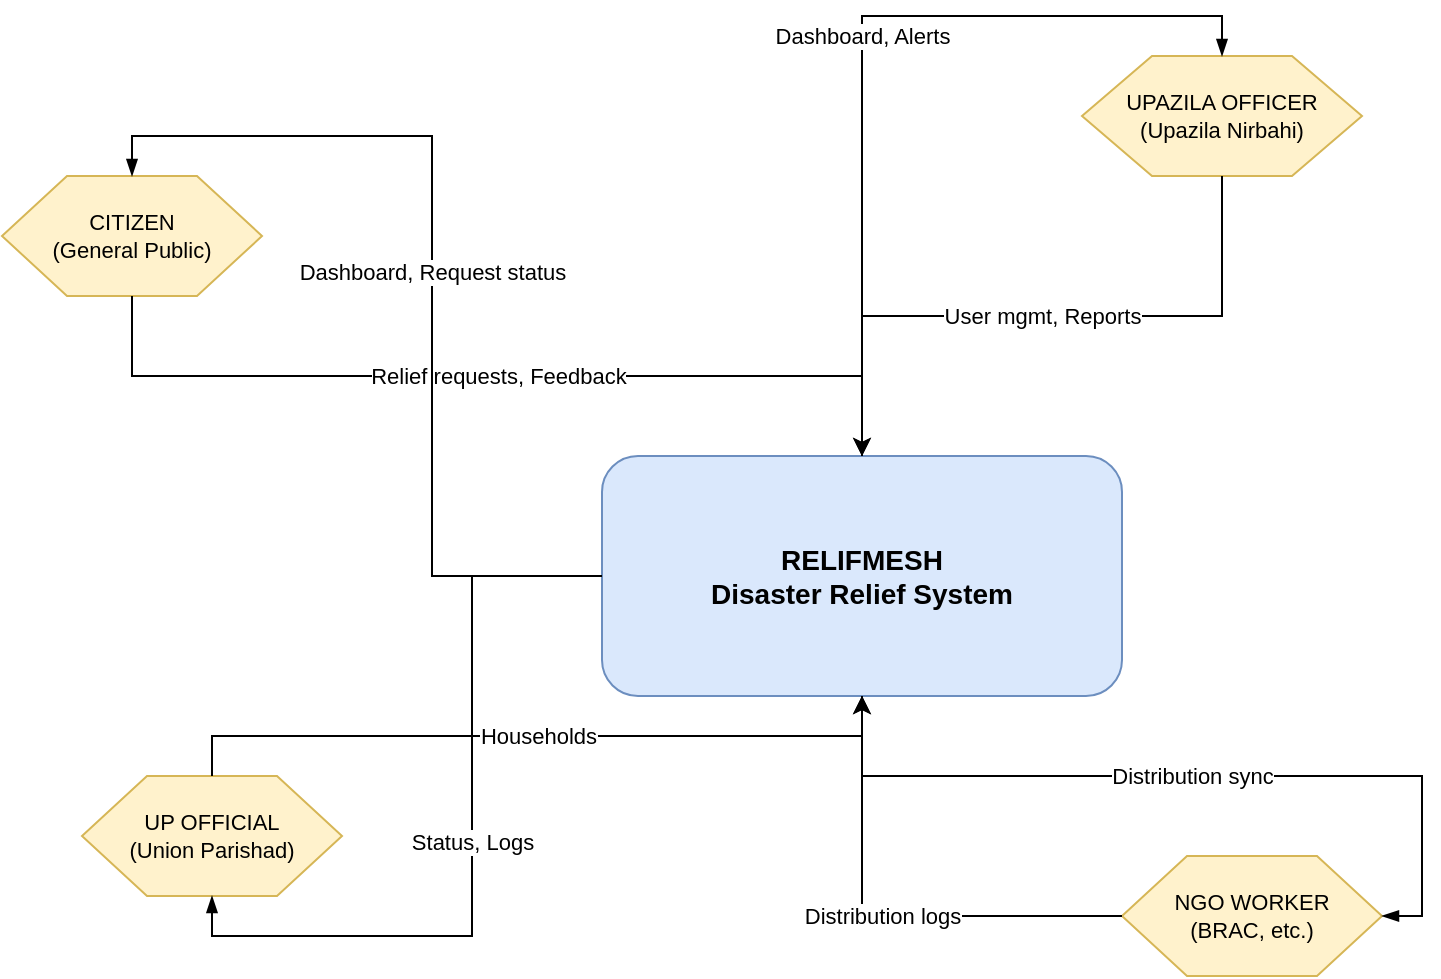
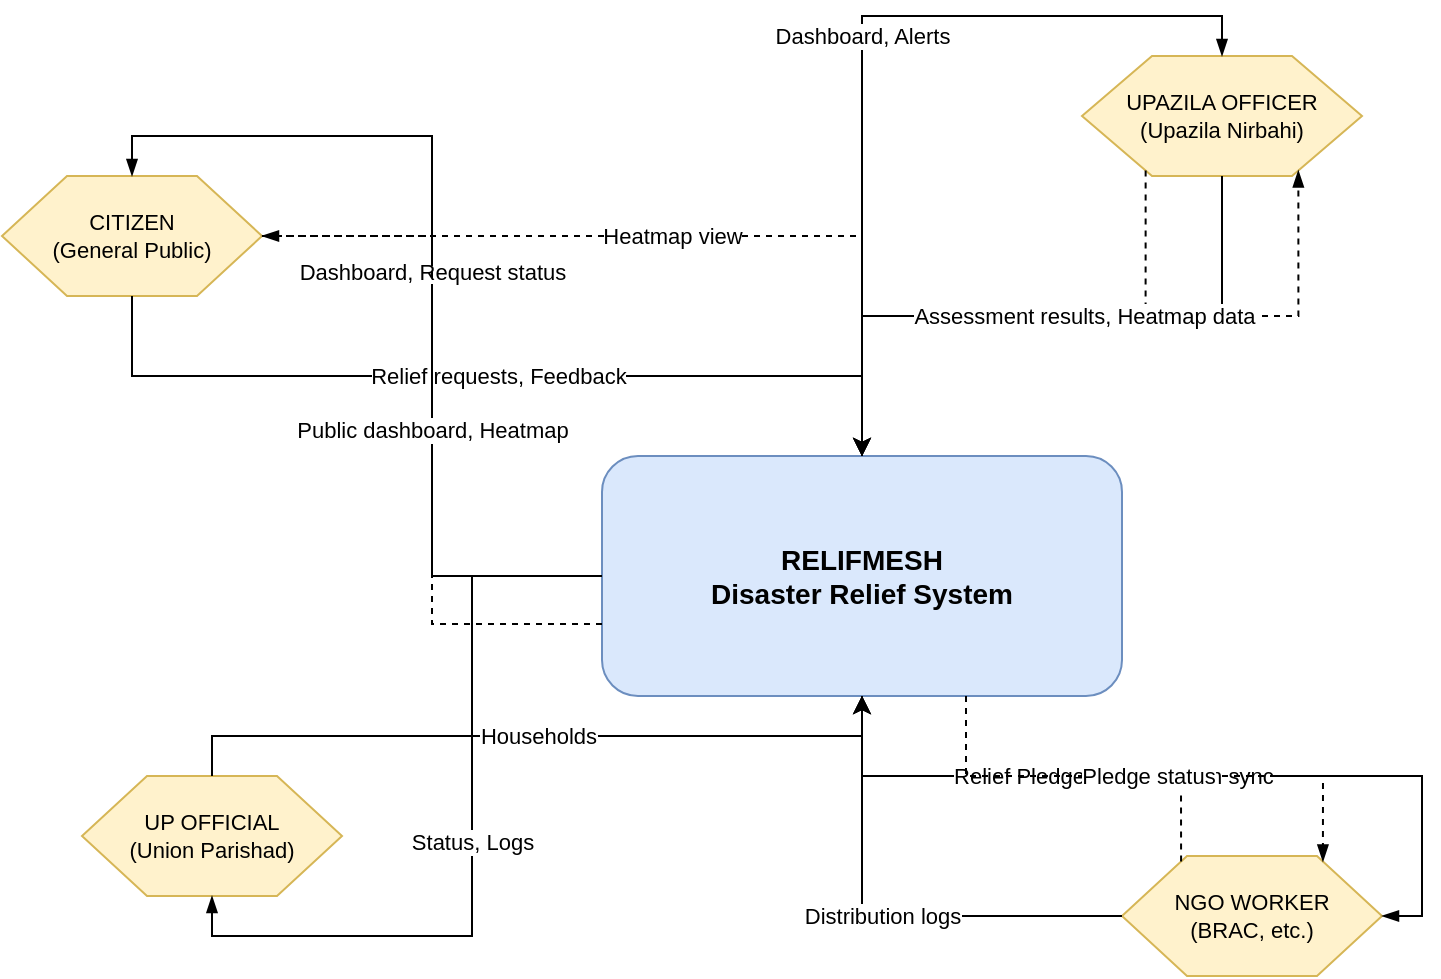
<?xml version="1.0" encoding="UTF-8"?>
- <mxfile host="RelifMesh" modified="2026-06-10T10:00:00.000Z">
+ <mxfile host="ReliefMesh" modified="2026-06-20T10:00:00.000Z">
  <diagram id="context-diagram" name="Context Diagram (DFD Level 0)">
    <mxGraphModel dx="1262" dy="794" grid="1" gridSize="10" guides="1" tooltips="1" connect="1" arrows="1" fold="1" page="1" pageScale="1" pageWidth="1100" pageHeight="850" math="0" shadow="0">
      <root>
        <mxCell id="0" />
        <mxCell id="1" parent="0" />

        <!-- System (Center) -->
        <mxCell id="sys-box" value="RELIFMESH&#10;Disaster Relief System" style="rounded=1;whiteSpace=wrap;html=1;fillColor=#dae8fc;strokeColor=#6c8ebf;fontSize=14;fontStyle=1;align=center;verticalAlign=middle;" vertex="1" parent="1">
          <mxGeometry x="380" y="280" width="260" height="120" as="geometry" />
        </mxCell>

        <!-- External Entity: UPAZILA OFFICER -->
        <mxCell id="upazila" value="UPAZILA OFFICER&#10;(Upazila Nirbahi)" style="shape=hexagon;perimeter=hexagonPerimeter;whiteSpace=wrap;html=1;fillColor=#fff2cc;strokeColor=#d6b656;fontSize=11;" vertex="1" parent="1">
          <mxGeometry x="620" y="80" width="140" height="60" as="geometry" />
        </mxCell>

        <!-- External Entity: UP OFFICIAL -->
        <mxCell id="up-official" value="UP OFFICIAL&#10;(Union Parishad)" style="shape=hexagon;perimeter=hexagonPerimeter;whiteSpace=wrap;html=1;fillColor=#fff2cc;strokeColor=#d6b656;fontSize=11;" vertex="1" parent="1">
          <mxGeometry x="120" y="440" width="130" height="60" as="geometry" />
        </mxCell>

        <!-- External Entity: NGO WORKER -->
        <mxCell id="ngo" value="NGO WORKER&#10;(BRAC, etc.)" style="shape=hexagon;perimeter=hexagonPerimeter;whiteSpace=wrap;html=1;fillColor=#fff2cc;strokeColor=#d6b656;fontSize=11;" vertex="1" parent="1">
          <mxGeometry x="640" y="480" width="130" height="60" as="geometry" />
        </mxCell>

        <!-- External Entity: CITIZEN -->
        <mxCell id="citizen" value="CITIZEN&#10;(General Public)" style="shape=hexagon;perimeter=hexagonPerimeter;whiteSpace=wrap;html=1;fillColor=#fff2cc;strokeColor=#d6b656;fontSize=11;" vertex="1" parent="1">
          <mxGeometry x="80" y="140" width="130" height="60" as="geometry" />
        </mxCell>

-         <!-- Data Flows: UPAZILA -> System -->
+         <!-- ===== v1 Data Flows ===== -->
+ 
+         <!-- v1: UPAZILA -> System -->
        <mxCell id="uf1" value="User mgmt, Reports" style="edgeStyle=orthogonalEdgeStyle;rounded=0;orthogonalLoop=1;jettySize=auto;html=1;exitX=0.5;exitY=1;exitDx=0;exitDy=0;" edge="1" parent="1" source="upazila" target="sys-box">
          <mxGeometry relative="1" as="geometry" />
        </mxCell>

-         <!-- Data Flows: System -> UPAZILA -->
+         <!-- v1: System -> UPAZILA -->
        <mxCell id="uf2" value="Dashboard, Alerts" style="edgeStyle=orthogonalEdgeStyle;rounded=0;orthogonalLoop=1;jettySize=auto;html=1;entryX=0.5;entryY=0;entryDx=0;entryDy=0;endArrow=blockThin;endFill=1;" edge="1" parent="1" target="upazila" source="sys-box">
          <mxGeometry relative="1" as="geometry" />
        </mxCell>

-         <!-- Data Flows: UP -> System -->
+         <!-- v1: UP -> System -->
        <mxCell id="uof1" value="Households" style="edgeStyle=orthogonalEdgeStyle;rounded=0;orthogonalLoop=1;jettySize=auto;html=1;exitX=0.5;exitY=0;exitDx=0;exitDy=0;" edge="1" parent="1" source="up-official" target="sys-box">
          <mxGeometry relative="1" as="geometry" />
        </mxCell>

-         <!-- Data Flows: System -> UP -->
+         <!-- v1: System -> UP -->
        <mxCell id="uof2" value="Status, Logs" style="edgeStyle=orthogonalEdgeStyle;rounded=0;orthogonalLoop=1;jettySize=auto;html=1;entryX=0.5;entryY=1;entryDx=0;entryDy=0;endArrow=blockThin;endFill=1;" edge="1" parent="1" target="up-official" source="sys-box">
          <mxGeometry relative="1" as="geometry" />
        </mxCell>

-         <!-- Data Flows: NGO -> System -->
+         <!-- v1: NGO -> System -->
        <mxCell id="nf1" value="Distribution logs" style="edgeStyle=orthogonalEdgeStyle;rounded=0;orthogonalLoop=1;jettySize=auto;html=1;exitX=0;exitY=0.5;exitDx=0;exitDy=0;" edge="1" parent="1" source="ngo" target="sys-box">
          <mxGeometry relative="1" as="geometry" />
        </mxCell>

-         <!-- Data Flows: System -> NGO -->
+         <!-- v1: System -> NGO -->
        <mxCell id="nf2" value="Distribution sync" style="edgeStyle=orthogonalEdgeStyle;rounded=0;orthogonalLoop=1;jettySize=auto;html=1;entryX=1;entryY=0.5;entryDx=0;entryDy=0;endArrow=blockThin;endFill=1;" edge="1" parent="1" target="ngo" source="sys-box">
          <mxGeometry relative="1" as="geometry" />
        </mxCell>

-         <!-- Data Flows: CITIZEN -> System -->
+         <!-- v1: CITIZEN -> System -->
        <mxCell id="cf1" value="Relief requests, Feedback" style="edgeStyle=orthogonalEdgeStyle;rounded=0;orthogonalLoop=1;jettySize=auto;html=1;exitX=0.5;exitY=1;exitDx=0;exitDy=0;" edge="1" parent="1" source="citizen" target="sys-box">
          <mxGeometry relative="1" as="geometry" />
        </mxCell>

-         <!-- Data Flows: System -> CITIZEN -->
+         <!-- v1: System -> CITIZEN -->
        <mxCell id="cf2" value="Dashboard, Request status" style="edgeStyle=orthogonalEdgeStyle;rounded=0;orthogonalLoop=1;jettySize=auto;html=1;entryX=0.5;entryY=0;entryDx=0;entryDy=0;endArrow=blockThin;endFill=1;" edge="1" parent="1" target="citizen" source="sys-box">
+           <mxGeometry relative="1" as="geometry" />
+         </mxCell>
+ 
+         <!-- ===== v2 Data Flows (Need Assessment, Pledge, Heatmap) ===== -->
+ 
+         <!-- v2: UPAZILA -> System (Need Assessment) offset left of center -->
+         <mxCell id="uf3" value="Need Assessment" style="edgeStyle=orthogonalEdgeStyle;rounded=0;orthogonalLoop=1;jettySize=auto;html=1;dashed=1;exitX=0.2;exitY=1;exitDx=0;exitDy=0;" edge="1" parent="1" source="upazila" target="sys-box">
+           <mxGeometry relative="1" as="geometry" />
+         </mxCell>
+ 
+         <!-- v2: System -> UPAZILA (Assessment results, Heatmap data) offset right of center -->
+         <mxCell id="uf4" value="Assessment results, Heatmap data" style="edgeStyle=orthogonalEdgeStyle;rounded=0;orthogonalLoop=1;jettySize=auto;html=1;dashed=1;entryX=0.8;entryY=1;entryDx=0;entryDy=0;endArrow=blockThin;endFill=1;" edge="1" parent="1" target="upazila" source="sys-box">
+           <mxGeometry relative="1" as="geometry" />
+         </mxCell>
+ 
+         <!-- v2: NGO -> System (Relief Pledges) via top of NGO -> bottom of System -->
+         <mxCell id="uf5" value="Relief Pledges" style="edgeStyle=orthogonalEdgeStyle;rounded=0;orthogonalLoop=1;jettySize=auto;html=1;dashed=1;exitX=0.2;exitY=0;exitDx=0;exitDy=0;" edge="1" parent="1" source="ngo" target="sys-box">
+           <mxGeometry relative="1" as="geometry" />
+         </mxCell>
+ 
+         <!-- v2: System -> NGO (Pledge status) via bottom of System -> top of NGO -->
+         <mxCell id="uf6" value="Pledge status" style="edgeStyle=orthogonalEdgeStyle;rounded=0;orthogonalLoop=1;jettySize=auto;html=1;dashed=1;exitX=0.7;exitY=1;exitDx=0;exitDy=0;entryX=0.8;entryY=0;entryDx=0;entryDy=0;endArrow=blockThin;endFill=1;" edge="1" parent="1" source="sys-box" target="ngo">
+           <mxGeometry relative="1" as="geometry" />
+         </mxCell>
+ 
+         <!-- v2: CITIZEN -> System (Heatmap view) via right side of CITIZEN -> left side of System -->
+         <mxCell id="uf7" value="Heatmap view" style="edgeStyle=orthogonalEdgeStyle;rounded=0;orthogonalLoop=1;jettySize=auto;html=1;dashed=1;exitX=1;exitY=0.5;exitDx=0;exitDy=0;" edge="1" parent="1" source="citizen" target="sys-box">
+           <mxGeometry relative="1" as="geometry" />
+         </mxCell>
+ 
+         <!-- v2: System -> CITIZEN (Public dashboard, Heatmap) via left side of System -> right side of CITIZEN -->
+         <mxCell id="uf8" value="Public dashboard, Heatmap" style="edgeStyle=orthogonalEdgeStyle;rounded=0;orthogonalLoop=1;jettySize=auto;html=1;dashed=1;exitX=0;exitY=0.7;exitDx=0;exitDy=0;entryX=1;entryY=0.5;entryDx=0;entryDy=0;endArrow=blockThin;endFill=1;" edge="1" parent="1" target="citizen" source="sys-box">
          <mxGeometry relative="1" as="geometry" />
        </mxCell>

      </root>
    </mxGraphModel>
  </diagram>
</mxfile>
